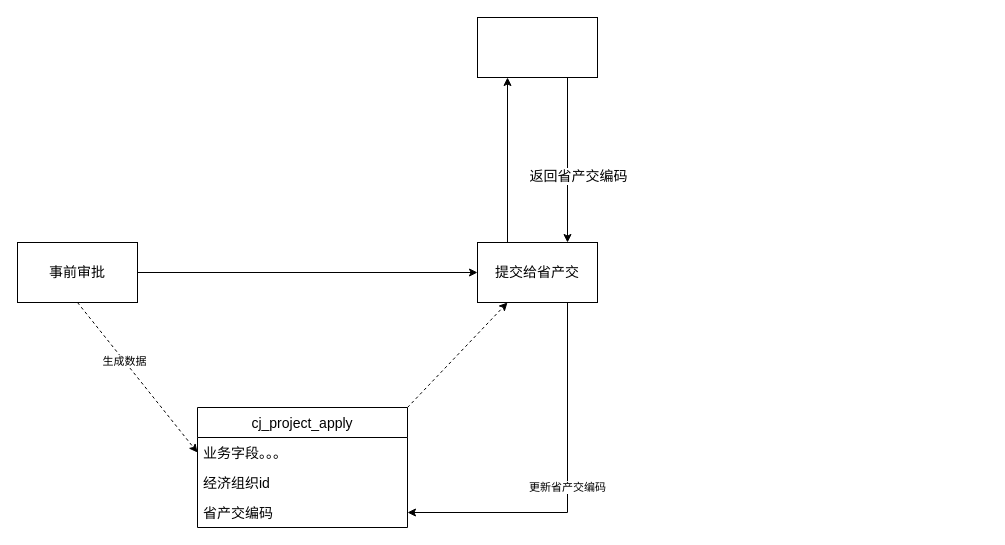
Above: 123图.drawio in k525056857/mfr (draw.io), before the change. Source tidied: cells renumbered, new cells numbered last; positions are measured from the earlier drawing's top-left corner, leaving out a move shared by most shapes. Both pictures are drawn from the tidied source at 100%, with x=0, y=0 at pixel (17, 17).
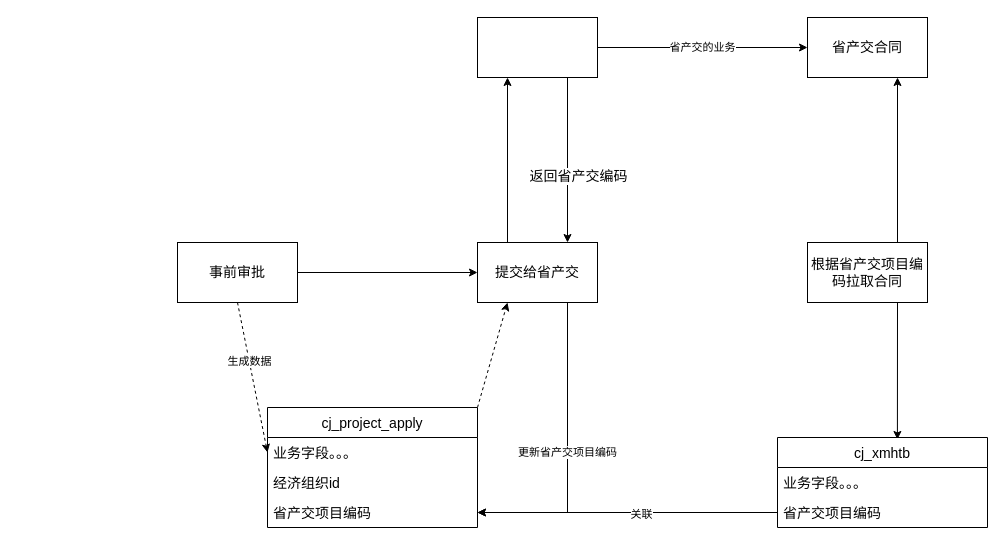
After the change.

Unchanged cells that the change refers to:
```xml
<mxCell id="8" style="rounded=0;whiteSpace=wrap;html=1;fontSize=14;" parent="1" vertex="1">
  <mxGeometry x="460" width="120" height="60" as="geometry" />
</mxCell>
<mxCell id="11" value="提交给省产交" style="rounded=0;whiteSpace=wrap;html=1;fontSize=14;" parent="1" vertex="1">
  <mxGeometry x="460" y="225" width="120" height="60" as="geometry" />
</mxCell>
```

What changed in the source:
```diff
@@
     <mxCell id="5" value="事前审批" style="rounded=0;whiteSpace=wrap;html=1;fontSize=14;" parent="1" vertex="1">
-      <mxGeometry y="225" width="120" height="60" as="geometry" />
+      <mxGeometry x="160" y="225" width="120" height="60" as="geometry" />
     </mxCell>
@@
+    <mxCell id="17" value="省产交的业务" style="edgeStyle=none;rounded=0;jettySize=auto;html=1;exitX=1;exitY=0.5;exitDx=0;exitDy=0;entryX=0;entryY=0.5;entryDx=0;entryDy=0;" parent="1" edge="1" source="8" target="21">
+      <mxGeometry relative="1" as="geometry" />
+    </mxCell>
@@
-    <mxCell id="10" value="更新省产交编码" style="edgeStyle=orthogonalEdgeStyle;rounded=0;jettySize=auto;html=1;exitX=0.75;exitY=1;exitDx=0;exitDy=0;entryX=1;entryY=0.5;entryDx=0;entryDy=0;" parent="1" edge="1" source="11" target="16">
+    <mxCell id="10" value="更新省产交项目编码" style="edgeStyle=orthogonalEdgeStyle;rounded=0;jettySize=auto;html=1;exitX=0.75;exitY=1;exitDx=0;exitDy=0;entryX=1;entryY=0.5;entryDx=0;entryDy=0;" parent="1" edge="1" source="11" target="16">
       <mxGeometry relative="1" as="geometry" />
     </mxCell>
@@
     <mxCell id="13" value="cj_project_apply" style="swimlane;fontStyle=0;horizontal=1;startSize=30;fontSize=14;" parent="1" vertex="1">
-      <mxGeometry x="180" y="390" width="210" height="120" as="geometry" />
+      <mxGeometry x="250" y="390" width="210" height="120" as="geometry" />
     </mxCell>
@@
-    <mxCell id="16" value="省产交编码" style="text;strokeColor=none;fillColor=none;align=left;verticalAlign=middle;spacingLeft=4;spacingRight=4;overflow=hidden;points=[[0,0.5],[1,0.5]];portConstraint=eastwest;fontSize=14;" parent="13" vertex="1">
+    <mxCell id="16" value="省产交项目编码" style="text;strokeColor=none;fillColor=none;align=left;verticalAlign=middle;spacingLeft=4;spacingRight=4;overflow=hidden;points=[[0,0.5],[1,0.5]];portConstraint=eastwest;fontSize=14;" parent="13" vertex="1">
       <mxGeometry y="90" width="210" height="30" as="geometry" />
     </mxCell>
+    <mxCell id="18" style="edgeStyle=none;rounded=0;jettySize=auto;html=1;exitX=0.75;exitY=0;exitDx=0;exitDy=0;entryX=0.75;entryY=1;entryDx=0;entryDy=0;" parent="1" edge="1" source="20" target="21">
+      <mxGeometry relative="1" as="geometry" />
+    </mxCell>
+    <mxCell id="19" style="edgeStyle=none;rounded=0;jettySize=auto;html=1;exitX=0.75;exitY=1;exitDx=0;exitDy=0;entryX=0.571;entryY=0.022;entryDx=0;entryDy=0;entryPerimeter=0;" parent="1" edge="1" source="20" target="22">
+      <mxGeometry relative="1" as="geometry" />
+    </mxCell>
+    <mxCell id="20" value="根据省产交项目编码拉取合同" style="rounded=0;whiteSpace=wrap;html=1;fontSize=14;" parent="1" vertex="1">
+      <mxGeometry x="790" y="225" width="120" height="60" as="geometry" />
+    </mxCell>
+    <mxCell id="21" value="省产交合同" style="rounded=0;whiteSpace=wrap;html=1;fontSize=14;" parent="1" vertex="1">
+      <mxGeometry x="790" width="120" height="60" as="geometry" />
+    </mxCell>
+    <mxCell id="22" value="cj_xmhtb" style="swimlane;fontStyle=0;horizontal=1;startSize=30;fontSize=14;" parent="1" vertex="1">
+      <mxGeometry x="760" y="420" width="210" height="90" as="geometry" />
+    </mxCell>
+    <mxCell id="23" value="业务字段。。。" style="text;strokeColor=none;fillColor=none;align=left;verticalAlign=middle;spacingLeft=4;spacingRight=4;overflow=hidden;fontSize=14;" parent="22" vertex="1">
+      <mxGeometry y="30" width="210" height="30" as="geometry" />
+    </mxCell>
+    <mxCell id="24" value="省产交项目编码" style="text;strokeColor=none;fillColor=none;align=left;verticalAlign=middle;spacingLeft=4;spacingRight=4;overflow=hidden;points=[[0,0.5],[1,0.5]];portConstraint=eastwest;fontSize=14;" parent="22" vertex="1">
+      <mxGeometry y="60" width="210" height="30" as="geometry" />
+    </mxCell>
+    <mxCell id="25" style="edgeStyle=none;rounded=0;jettySize=auto;html=1;exitX=0;exitY=0.5;exitDx=0;exitDy=0;entryX=1;entryY=0.5;entryDx=0;entryDy=0;" parent="1" edge="1" source="24" target="16">
+      <mxGeometry relative="1" as="geometry" />
+    </mxCell>
+    <mxCell id="26" value="关联" style="edgeLabel;html=1;align=center;verticalAlign=middle;" parent="25" vertex="1">
+      <mxGeometry x="-0.09" y="1" relative="1" as="geometry" />
+    </mxCell>
```
